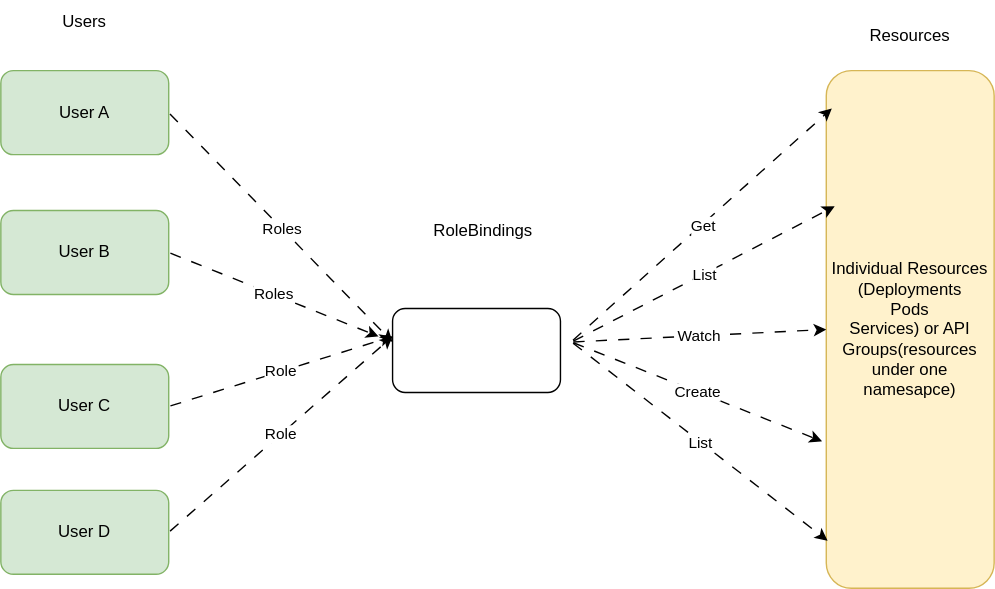
This is pod/k8_RBAC.svg from rr948/k8test, a draw.io export, as it was before one commit. Source tidied: cells renumbered, new cells last; positions are measured from the earlier drawing's top-left corner, leaving out a move shared by most shapes. Its diagram source:
```xml
<mxGraphModel>
  <root>
    <mxCell id="0" />
    <mxCell id="1" parent="0" />
    <mxCell id="2" value="Individual Resources (Deployments&lt;div&gt;Pods&lt;/div&gt;&lt;div&gt;Services) or API Groups(resources under one namesapce)&lt;/div&gt;" style="rounded=1;whiteSpace=wrap;html=1;fillColor=#fff2cc;strokeColor=#d6b656;" parent="1" vertex="1">
      <mxGeometry x="590" y="50" width="120" height="370" as="geometry" />
    </mxCell>
    <mxCell id="3" style="endArrow=none;dashed=1;html=1;dashPattern=1 3;strokeWidth=2;rounded=0;" parent="1" edge="1">
      <mxGeometry relative="1" as="geometry">
        <mxPoint x="320" y="270" as="sourcePoint" />
        <mxPoint x="370" y="220" as="targetPoint" />
      </mxGeometry>
    </mxCell>
    <mxCell id="4" style="endArrow=classic;html=1;rounded=0;entryX=0.033;entryY=0.073;entryDx=0;entryDy=0;entryPerimeter=0;flowAnimation=1;" parent="1" edge="1" target="2">
      <mxGeometry relative="1" as="geometry">
        <mxPoint x="408" y="243.5" as="sourcePoint" />
      </mxGeometry>
    </mxCell>
    <mxCell id="5" value="Get" style="edgeLabel;html=1;align=center;verticalAlign=middle;" parent="4" vertex="1">
      <mxGeometry relative="1" as="geometry" />
    </mxCell>
    <mxCell id="6" style="endArrow=classic;html=1;rounded=0;entryX=-0.033;entryY=0.095;entryDx=0;entryDy=0;entryPerimeter=0;exitX=1;exitY=0.5;exitDx=0;exitDy=0;flowAnimation=1;" parent="1" edge="1">
      <mxGeometry relative="1" as="geometry">
        <mxPoint x="408" y="244" as="sourcePoint" />
        <mxPoint x="596" y="147" as="targetPoint" />
      </mxGeometry>
    </mxCell>
    <mxCell id="7" value="List" style="edgeLabel;html=1;align=center;verticalAlign=middle;" parent="6" vertex="1">
      <mxGeometry relative="1" as="geometry" />
    </mxCell>
    <mxCell id="8" style="endArrow=classic;html=1;rounded=0;entryX=0;entryY=0.5;entryDx=0;entryDy=0;exitX=1;exitY=0.5;exitDx=0;exitDy=0;flowAnimation=1;" parent="1" edge="1" target="2">
      <mxGeometry relative="1" as="geometry">
        <mxPoint x="408" y="244" as="sourcePoint" />
      </mxGeometry>
    </mxCell>
    <mxCell id="9" value="Watch" style="edgeLabel;html=1;align=center;verticalAlign=middle;" parent="8" vertex="1">
      <mxGeometry relative="1" as="geometry" />
    </mxCell>
    <mxCell id="10" style="endArrow=classic;html=1;rounded=0;entryX=-0.025;entryY=0.716;entryDx=0;entryDy=0;entryPerimeter=0;exitX=1;exitY=0.5;exitDx=0;exitDy=0;flowAnimation=1;" parent="1" edge="1" target="2">
      <mxGeometry relative="1" as="geometry">
        <mxPoint x="408" y="244" as="sourcePoint" />
      </mxGeometry>
    </mxCell>
    <mxCell id="11" value="Create" style="edgeLabel;html=1;align=center;verticalAlign=middle;" parent="10" vertex="1">
      <mxGeometry relative="1" as="geometry" />
    </mxCell>
    <mxCell id="12" style="endArrow=classic;html=1;rounded=0;entryX=0.008;entryY=0.908;entryDx=0;entryDy=0;entryPerimeter=0;exitX=1;exitY=0.5;exitDx=0;exitDy=0;flowAnimation=1;" parent="1" edge="1" target="2">
      <mxGeometry relative="1" as="geometry">
        <mxPoint x="408" y="244" as="sourcePoint" />
      </mxGeometry>
    </mxCell>
    <mxCell id="13" value="List" style="edgeLabel;html=1;align=center;verticalAlign=middle;" parent="12" vertex="1">
      <mxGeometry relative="1" as="geometry" />
    </mxCell>
    <mxCell id="14" value="Resources" style="text;html=1;align=center;verticalAlign=middle;whiteSpace=wrap;rounded=0;" parent="1" vertex="1">
      <mxGeometry x="620" y="10" width="60" height="30" as="geometry" />
    </mxCell>
    <mxCell id="15" value="RoleBindings" style="text;html=1;align=center;verticalAlign=middle;whiteSpace=wrap;rounded=0;" parent="1" vertex="1">
      <mxGeometry x="315" y="150" width="60" height="30" as="geometry" />
    </mxCell>
    <mxCell id="16" value="User A" style="rounded=1;whiteSpace=wrap;html=1;fillColor=#d5e8d4;strokeColor=#82b366;" parent="1" vertex="1">
      <mxGeometry y="50" width="120" height="60" as="geometry" />
    </mxCell>
    <mxCell id="17" value="User B" style="rounded=1;whiteSpace=wrap;html=1;fillColor=#d5e8d4;strokeColor=#82b366;" parent="1" vertex="1">
      <mxGeometry y="150" width="120" height="60" as="geometry" />
    </mxCell>
    <mxCell id="18" value="User C" style="rounded=1;whiteSpace=wrap;html=1;fillColor=#d5e8d4;strokeColor=#82b366;" parent="1" vertex="1">
      <mxGeometry y="260" width="120" height="60" as="geometry" />
    </mxCell>
    <mxCell id="19" value="User D" style="rounded=1;whiteSpace=wrap;html=1;fillColor=#d5e8d4;strokeColor=#82b366;" parent="1" vertex="1">
      <mxGeometry y="350" width="120" height="60" as="geometry" />
    </mxCell>
    <mxCell id="20" style="endArrow=classic;html=1;rounded=0;entryX=0;entryY=0.5;entryDx=0;entryDy=0;exitX=1;exitY=0.5;exitDx=0;exitDy=0;flowAnimation=1;" parent="1" edge="1" source="16">
      <mxGeometry relative="1" as="geometry">
        <mxPoint x="280" y="244" as="targetPoint" />
      </mxGeometry>
    </mxCell>
    <mxCell id="21" value="Roles" style="edgeLabel;html=1;align=center;verticalAlign=middle;" parent="20" vertex="1">
      <mxGeometry relative="1" as="geometry" />
    </mxCell>
    <mxCell id="22" value="Roles" style="endArrow=classic;html=1;rounded=0;exitX=1;exitY=0.5;exitDx=0;exitDy=0;flowAnimation=1;" parent="1" edge="1">
      <mxGeometry relative="1" as="geometry">
        <mxPoint x="120" y="180" as="sourcePoint" />
        <mxPoint x="270" y="240" as="targetPoint" />
      </mxGeometry>
    </mxCell>
    <mxCell id="23" value="Role" style="endArrow=classic;html=1;rounded=0;exitX=1;exitY=0.5;exitDx=0;exitDy=0;flowAnimation=1;" parent="1" edge="1">
      <mxGeometry relative="1" as="geometry">
        <mxPoint x="120" y="290" as="sourcePoint" />
        <mxPoint x="280" y="240" as="targetPoint" />
      </mxGeometry>
    </mxCell>
    <mxCell id="24" value="Role" style="endArrow=classic;html=1;rounded=0;exitX=1;exitY=0.5;exitDx=0;exitDy=0;flowAnimation=1;" parent="1" edge="1">
      <mxGeometry relative="1" as="geometry">
        <mxPoint x="120" y="380" as="sourcePoint" />
        <mxPoint x="280" y="240" as="targetPoint" />
      </mxGeometry>
    </mxCell>
    <mxCell id="25" value="Users" style="text;html=1;align=center;verticalAlign=middle;whiteSpace=wrap;rounded=0;" parent="1" vertex="1">
      <mxGeometry x="30" width="60" height="30" as="geometry" />
    </mxCell>
    <mxCell id="26" style="rounded=1;whiteSpace=wrap;html=1;" parent="1" vertex="1">
      <mxGeometry x="280" y="220" width="120" height="60" as="geometry" />
    </mxCell>
  </root>
</mxGraphModel>
```
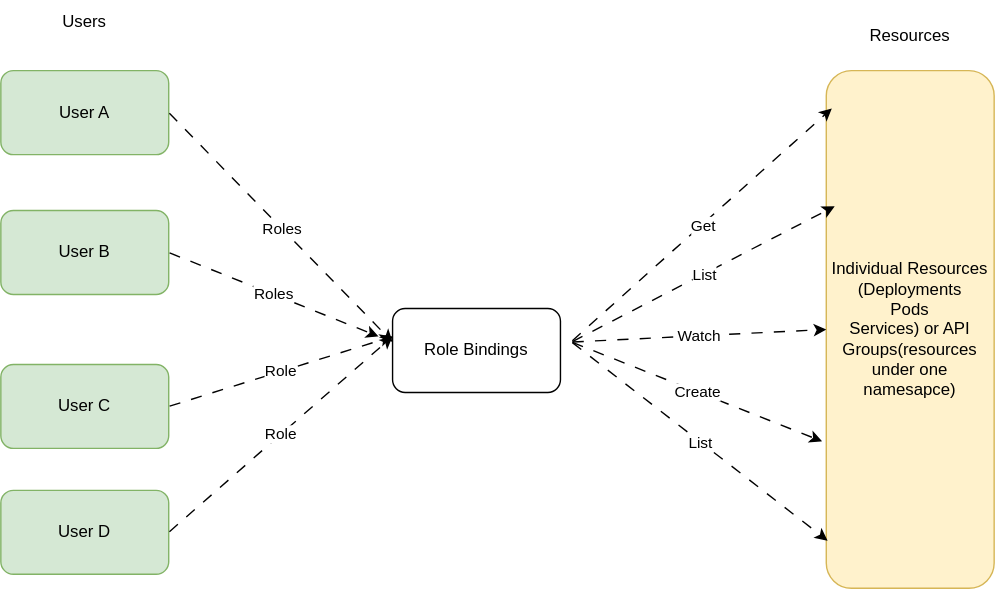
The same file after the commit.

What changed in the source:
```diff
@@ -55,9 +55,6 @@
     <mxCell id="14" value="Resources" style="text;html=1;align=center;verticalAlign=middle;whiteSpace=wrap;rounded=0;" parent="1" vertex="1">
       <mxGeometry x="620" y="10" width="60" height="30" as="geometry" />
     </mxCell>
-    <mxCell id="15" value="RoleBindings" style="text;html=1;align=center;verticalAlign=middle;whiteSpace=wrap;rounded=0;" parent="1" vertex="1">
-      <mxGeometry x="315" y="150" width="60" height="30" as="geometry" />
-    </mxCell>
     <mxCell id="16" value="User A" style="rounded=1;whiteSpace=wrap;html=1;fillColor=#d5e8d4;strokeColor=#82b366;" parent="1" vertex="1">
       <mxGeometry y="50" width="120" height="60" as="geometry" />
     </mxCell>
@@ -99,7 +96,7 @@
     <mxCell id="25" value="Users" style="text;html=1;align=center;verticalAlign=middle;whiteSpace=wrap;rounded=0;" parent="1" vertex="1">
       <mxGeometry x="30" width="60" height="30" as="geometry" />
     </mxCell>
-    <mxCell id="26" style="rounded=1;whiteSpace=wrap;html=1;" parent="1" vertex="1">
+    <mxCell id="26" value="Role Bindings" style="rounded=1;whiteSpace=wrap;html=1;" parent="1" vertex="1">
       <mxGeometry x="280" y="220" width="120" height="60" as="geometry" />
     </mxCell>
   </root>
```
